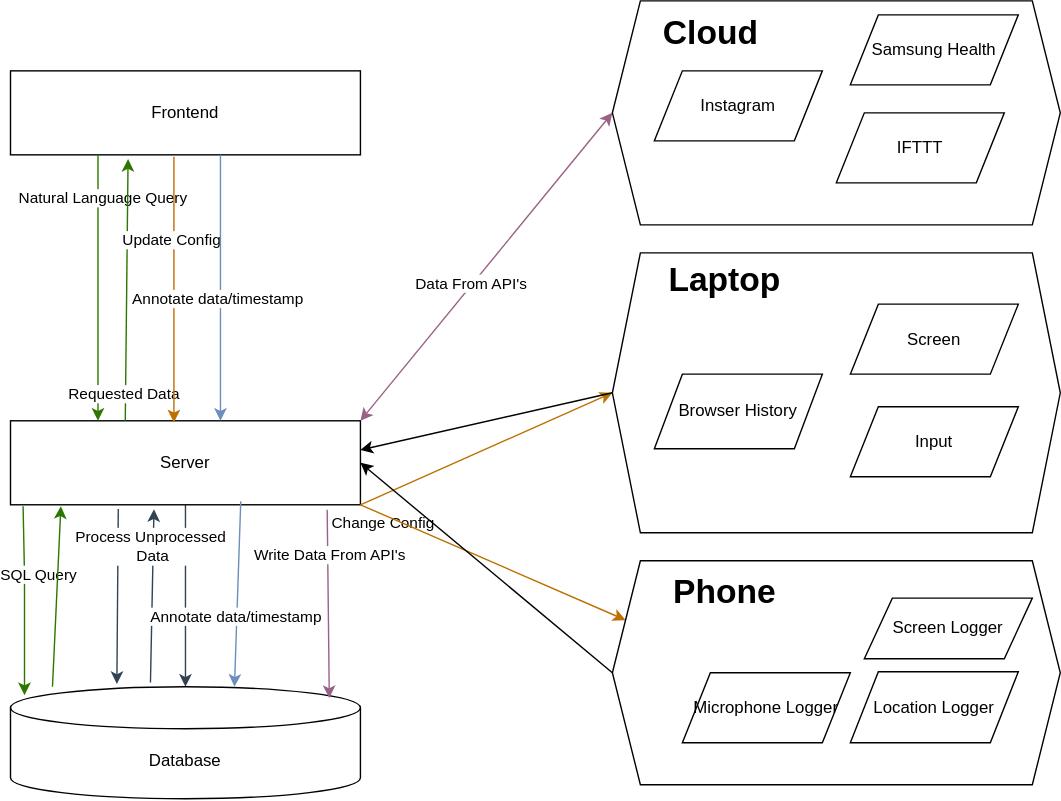
Before: docs/Lifelog.drawio.svg, a diagram exported from draw.io (MattHandzel/lifelog). Source tidied: cells renumbered, new cells last; positions are measured from the earlier drawing's top-left corner, leaving out a move shared by most shapes.
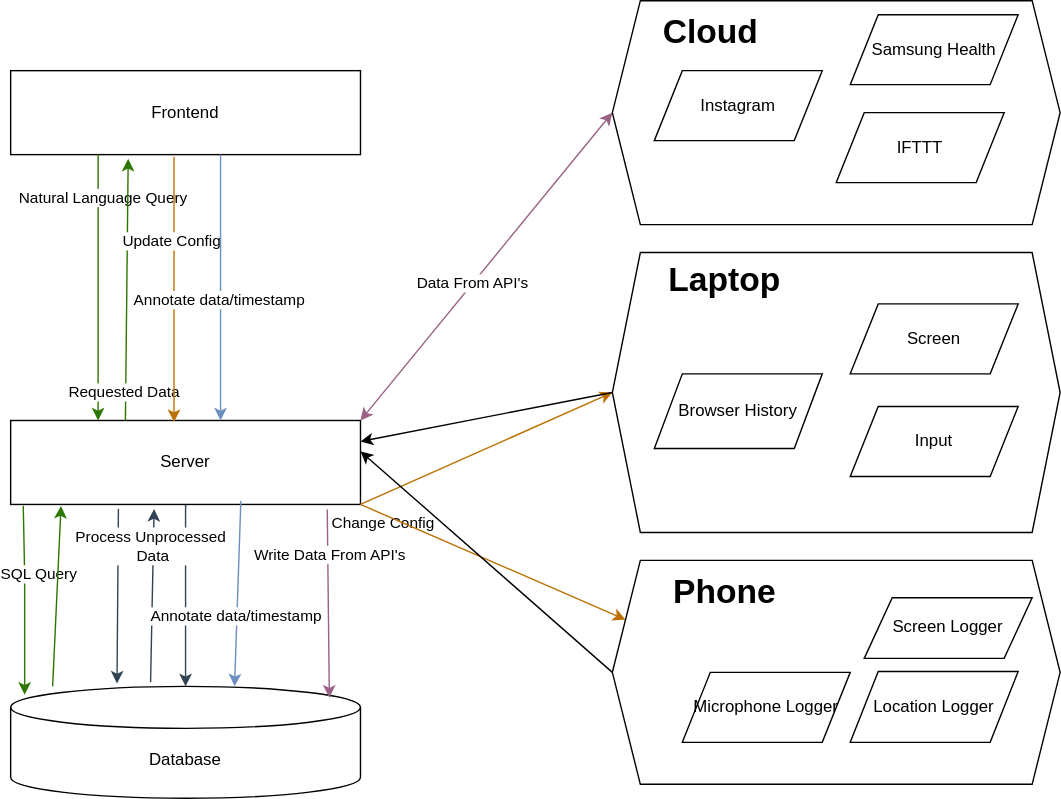
Later version of the same file.

Diff of the diagram source:
```diff
@@ -120,10 +120,10 @@
         <mxPoint x="25" y="-4" as="offset" />
       </mxGeometry>
     </mxCell>
-    <mxCell id="34" style="endArrow=classic;html=1;rounded=0;exitX=0;exitY=0.5;exitDx=0;exitDy=0;entryX=1;entryY=0.5;entryDx=0;entryDy=0;" parent="1" edge="1" source="25" target="11">
+    <mxCell id="34" style="endArrow=classic;html=1;rounded=0;exitX=0;exitY=0.5;exitDx=0;exitDy=0;entryX=1;entryY=0.367;entryDx=0;entryDy=0;entryPerimeter=0;" parent="1" edge="1" source="25" target="11">
       <mxGeometry relative="1" as="geometry" />
     </mxCell>
-    <mxCell id="35" style="endArrow=classic;html=1;rounded=0;exitX=0;exitY=0.5;exitDx=0;exitDy=0;entryX=1;entryY=0.347;entryDx=0;entryDy=0;entryPerimeter=0;" parent="1" edge="1" source="5" target="11">
+    <mxCell id="35" style="endArrow=classic;html=1;rounded=0;exitX=0;exitY=0.5;exitDx=0;exitDy=0;entryX=1;entryY=0.25;entryDx=0;entryDy=0;" parent="1" edge="1" source="5" target="11">
       <mxGeometry relative="1" as="geometry" />
     </mxCell>
     <mxCell id="36" style="endArrow=classic;startArrow=classic;html=1;rounded=0;entryX=0;entryY=0.5;entryDx=0;entryDy=0;fillColor=#e6d0de;strokeColor=#996185;gradientColor=#d5739d;" parent="1" edge="1" target="41">
```
